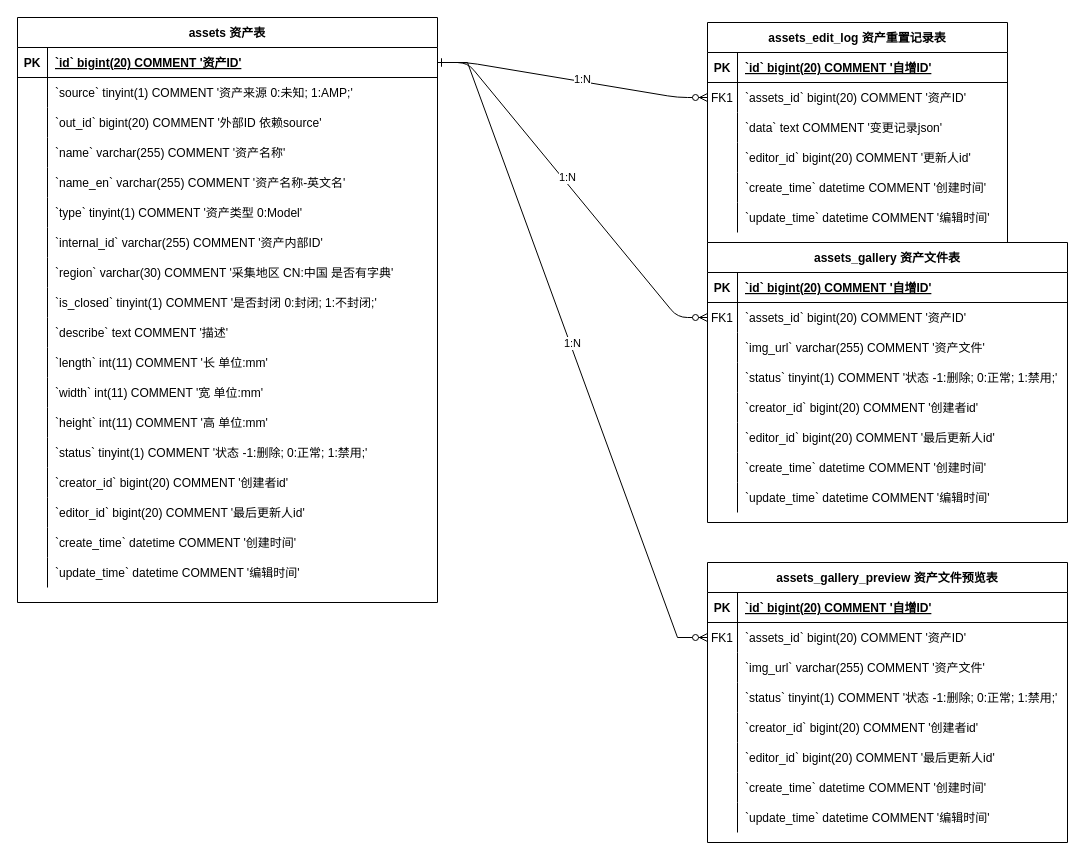
Earlier version of the draw.io diagram page "E-R图" (3 of 3) of 数字资产中心1.0.drawio (booldesign/draw). Source tidied: cells renumbered, new cells numbered last; positions are measured from the earlier drawing's top-left corner, leaving out a move shared by most shapes. Both pictures are drawn from the tidied source at 100%, with x=0, y=0 at pixel (17, 17).
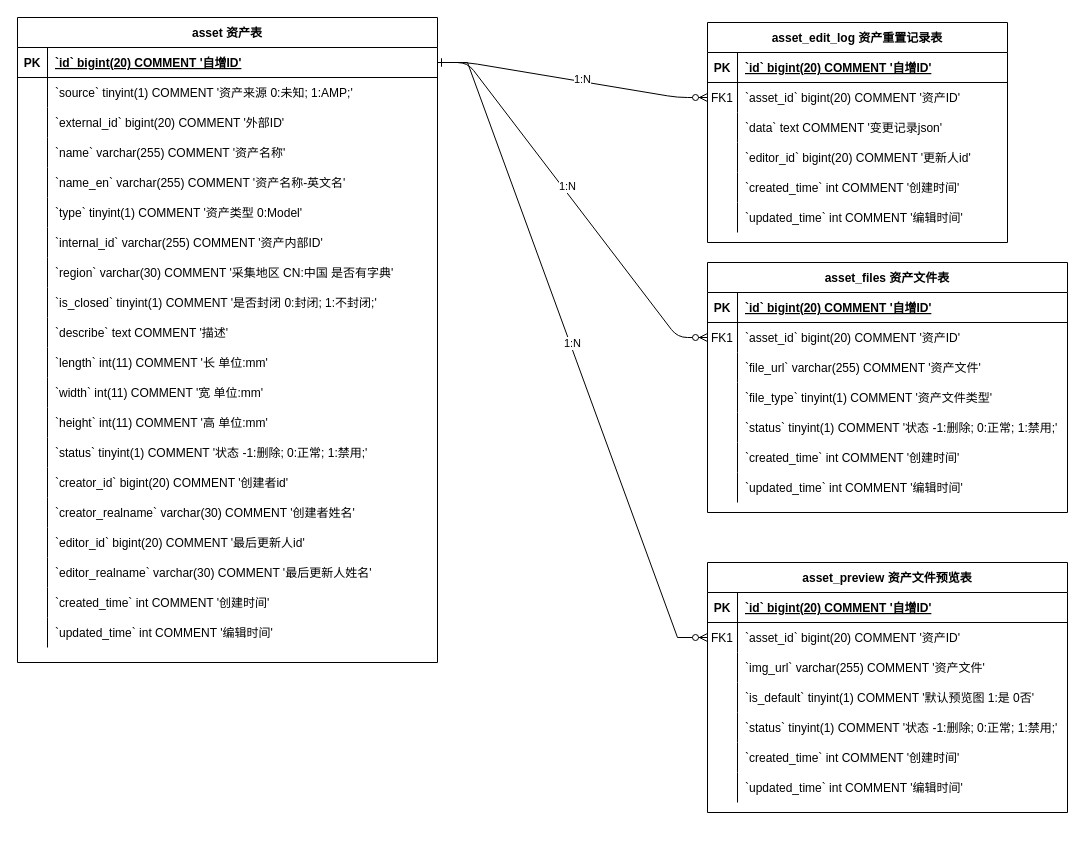
Above is the later version.

Commit message:
更新数字资产中心1.0.drawio

The change refers to these unchanged cells:
```xml
<mxCell id="8" style="shape=partialRectangle;fillColor=none;points=[[0,0.5],[1,0.5]];portConstraint=eastwest;top=0;left=0;right=0;bottom=0;" parent="4" vertex="1">
  <mxGeometry y="60" width="300" height="30" as="geometry" />
</mxCell>
<mxCell id="17" style="shape=partialRectangle;fillColor=none;top=0;left=0;right=0;bottom=0;" parent="4" vertex="1">
  <mxGeometry y="150" width="300" height="30" as="geometry" />
</mxCell>
<mxCell id="20" style="shape=partialRectangle;fillColor=none;top=0;left=0;right=0;bottom=0;" parent="4" vertex="1">
  <mxGeometry y="180" width="300" height="30" as="geometry" />
</mxCell>
<mxCell id="24" style="shape=partialRectangle;fillColor=none;points=[[0,0.5],[1,0.5]];portConstraint=eastwest;top=0;left=0;right=0;bottom=1;" parent="23" vertex="1">
  <mxGeometry y="30" width="420" height="30" as="geometry" />
</mxCell>
<mxCell id="30" style="shape=partialRectangle;fillColor=none;top=0;left=0;right=0;bottom=0;" parent="23" vertex="1">
  <mxGeometry y="90" width="420" height="30" as="geometry" />
</mxCell>
<mxCell id="84" style="shape=partialRectangle;fillColor=none;points=[[0,0.5],[1,0.5]];portConstraint=eastwest;top=0;left=0;right=0;bottom=0;" parent="80" vertex="1">
  <mxGeometry y="60" width="360" height="30" as="geometry" />
</mxCell>
<mxCell id="87" style="shape=partialRectangle;fillColor=none;top=0;left=0;right=0;bottom=0;" parent="80" vertex="1">
  <mxGeometry y="90" width="360" height="30" as="geometry" />
</mxCell>
<mxCell id="109" style="shape=partialRectangle;fillColor=none;points=[[0,0.5],[1,0.5]];portConstraint=eastwest;top=0;left=0;right=0;bottom=0;" parent="105" vertex="1">
  <mxGeometry y="60" width="360" height="30" as="geometry" />
</mxCell>
```

Diff of the diagram source:
```diff
@@
-    <mxCell id="4" value="assets_edit_log 资产重置记录表" style="shape=table;startSize=30;childLayout=tableLayout;rowLines=0;fontStyle=1;align=center;" parent="1" vertex="1">
+    <mxCell id="4" value="asset_edit_log 资产重置记录表" style="shape=table;startSize=30;childLayout=tableLayout;rowLines=0;fontStyle=1;align=center;" parent="1" vertex="1">
       <mxGeometry x="690" y="5" width="300" height="220" as="geometry" />
     </mxCell>
@@
-    <mxCell id="10" value="`assets_id` bigint(20) COMMENT '资产ID'" style="shape=partialRectangle;overflow=hidden;fillColor=none;top=0;left=0;bottom=0;right=0;align=left;spacingLeft=6;" parent="8" vertex="1">
+    <mxCell id="10" value="`asset_id` bigint(20) COMMENT '资产ID'" style="shape=partialRectangle;overflow=hidden;fillColor=none;top=0;left=0;bottom=0;right=0;align=left;spacingLeft=6;" parent="8" vertex="1">
       <mxGeometry x="30" width="270" height="30" as="geometry" />
     </mxCell>
@@
-    <mxCell id="19" value="`create_time` datetime COMMENT '创建时间'" style="shape=partialRectangle;overflow=hidden;fillColor=none;top=0;left=0;bottom=0;right=0;align=left;spacingLeft=6;" parent="17" vertex="1">
+    <mxCell id="19" value="`created_time` int COMMENT '创建时间'" style="shape=partialRectangle;overflow=hidden;fillColor=none;top=0;left=0;bottom=0;right=0;align=left;spacingLeft=6;" parent="17" vertex="1">
       <mxGeometry x="30" width="270" height="30" as="geometry" />
     </mxCell>
@@
-    <mxCell id="22" value="`update_time` datetime COMMENT '编辑时间'" style="shape=partialRectangle;overflow=hidden;fillColor=none;top=0;left=0;bottom=0;right=0;align=left;spacingLeft=6;" parent="20" vertex="1">
+    <mxCell id="22" value="`updated_time` int COMMENT '编辑时间'" style="shape=partialRectangle;overflow=hidden;fillColor=none;top=0;left=0;bottom=0;right=0;align=left;spacingLeft=6;" parent="20" vertex="1">
       <mxGeometry x="30" width="270" height="30" as="geometry" />
     </mxCell>
-    <mxCell id="23" value="assets 资产表" style="shape=table;startSize=30;childLayout=tableLayout;rowLines=0;fontStyle=1;align=center;" parent="1" vertex="1">
-      <mxGeometry width="420" height="585" as="geometry" />
+    <mxCell id="23" value="asset 资产表" style="shape=table;startSize=30;childLayout=tableLayout;rowLines=0;fontStyle=1;align=center;" parent="1" vertex="1">
+      <mxGeometry width="420" height="645" as="geometry" />
     </mxCell>
@@
-    <mxCell id="26" value="`id` bigint(20) COMMENT '资产ID' " style="shape=partialRectangle;overflow=hidden;fillColor=none;top=0;left=0;bottom=0;right=0;align=left;spacingLeft=6;fontStyle=5;" parent="24" vertex="1">
+    <mxCell id="26" value="`id` bigint(20) COMMENT '自增ID' " style="shape=partialRectangle;overflow=hidden;fillColor=none;top=0;left=0;bottom=0;right=0;align=left;spacingLeft=6;fontStyle=5;" parent="24" vertex="1">
       <mxGeometry x="30" width="390" height="30" as="geometry" />
     </mxCell>
@@
-    <mxCell id="32" value="`out_id` bigint(20) COMMENT '外部ID 依赖source'" style="shape=partialRectangle;overflow=hidden;fillColor=none;top=0;left=0;bottom=0;right=0;align=left;spacingLeft=6;" parent="30" vertex="1">
+    <mxCell id="32" value="`external_id` bigint(20) COMMENT '外部ID'" style="shape=partialRectangle;overflow=hidden;fillColor=none;top=0;left=0;bottom=0;right=0;align=left;spacingLeft=6;" parent="30" vertex="1">
       <mxGeometry x="30" width="390" height="30" as="geometry" />
     </mxCell>
@@
+    <mxCell id="132" style="shape=partialRectangle;fillColor=none;top=0;left=0;right=0;bottom=0;" parent="23" vertex="1">
+      <mxGeometry y="480" width="420" height="30" as="geometry" />
+    </mxCell>
+    <mxCell id="133" style="shape=partialRectangle;overflow=hidden;fillColor=none;top=0;left=0;bottom=0;right=0;" parent="132" vertex="1">
+      <mxGeometry width="30" height="30" as="geometry" />
+    </mxCell>
+    <mxCell id="134" value="`creator_realname` varchar(30) COMMENT '创建者姓名'" style="shape=partialRectangle;overflow=hidden;fillColor=none;top=0;left=0;bottom=0;right=0;align=left;spacingLeft=6;" parent="132" vertex="1">
+      <mxGeometry x="30" width="390" height="30" as="geometry" />
+    </mxCell>
     <mxCell id="69" style="shape=partialRectangle;fillColor=none;top=0;left=0;right=0;bottom=0;" parent="23" vertex="1">
-      <mxGeometry y="480" width="420" height="30" as="geometry" />
+      <mxGeometry y="510" width="420" height="30" as="geometry" />
     </mxCell>
@@
+    <mxCell id="135" style="shape=partialRectangle;fillColor=none;top=0;left=0;right=0;bottom=0;" parent="23" vertex="1">
+      <mxGeometry y="540" width="420" height="30" as="geometry" />
+    </mxCell>
+    <mxCell id="136" style="shape=partialRectangle;overflow=hidden;fillColor=none;top=0;left=0;bottom=0;right=0;" parent="135" vertex="1">
+      <mxGeometry width="30" height="30" as="geometry" />
+    </mxCell>
+    <mxCell id="137" value="`editor_realname` varchar(30) COMMENT '最后更新人姓名'" style="shape=partialRectangle;overflow=hidden;fillColor=none;top=0;left=0;bottom=0;right=0;align=left;spacingLeft=6;" parent="135" vertex="1">
+      <mxGeometry x="30" width="390" height="30" as="geometry" />
+    </mxCell>
     <mxCell id="72" style="shape=partialRectangle;fillColor=none;top=0;left=0;right=0;bottom=0;" parent="23" vertex="1">
-      <mxGeometry y="510" width="420" height="30" as="geometry" />
+      <mxGeometry y="570" width="420" height="30" as="geometry" />
     </mxCell>
@@
-    <mxCell id="74" value="`create_time` datetime COMMENT '创建时间'" style="shape=partialRectangle;overflow=hidden;fillColor=none;top=0;left=0;bottom=0;right=0;align=left;spacingLeft=6;" parent="72" vertex="1">
+    <mxCell id="74" value="`created_time` int COMMENT '创建时间'" style="shape=partialRectangle;overflow=hidden;fillColor=none;top=0;left=0;bottom=0;right=0;align=left;spacingLeft=6;" parent="72" vertex="1">
       <mxGeometry x="30" width="390" height="30" as="geometry" />
     </mxCell>
     <mxCell id="75" style="shape=partialRectangle;fillColor=none;top=0;left=0;right=0;bottom=0;" parent="23" vertex="1">
-      <mxGeometry y="540" width="420" height="30" as="geometry" />
+      <mxGeometry y="600" width="420" height="30" as="geometry" />
     </mxCell>
@@
-    <mxCell id="77" value="`update_time` datetime COMMENT '编辑时间'" style="shape=partialRectangle;overflow=hidden;fillColor=none;top=0;left=0;bottom=0;right=0;align=left;spacingLeft=6;" parent="75" vertex="1">
+    <mxCell id="77" value="`updated_time` int COMMENT '编辑时间'" style="shape=partialRectangle;overflow=hidden;fillColor=none;top=0;left=0;bottom=0;right=0;align=left;spacingLeft=6;" parent="75" vertex="1">
       <mxGeometry x="30" width="390" height="30" as="geometry" />
     </mxCell>
@@
-    <mxCell id="80" value="assets_gallery 资产文件表" style="shape=table;startSize=30;childLayout=tableLayout;rowLines=0;fontStyle=1;align=center;" parent="1" vertex="1">
-      <mxGeometry x="690" y="225" width="360" height="280" as="geometry" />
+    <mxCell id="80" value="asset_files 资产文件表" style="shape=table;startSize=30;childLayout=tableLayout;rowLines=0;fontStyle=1;align=center;" parent="1" vertex="1">
+      <mxGeometry x="690" y="245" width="360" height="250" as="geometry" />
     </mxCell>
@@
-    <mxCell id="86" value="`assets_id` bigint(20) COMMENT '资产ID'" style="shape=partialRectangle;overflow=hidden;fillColor=none;top=0;left=0;bottom=0;right=0;align=left;spacingLeft=6;" parent="84" vertex="1">
+    <mxCell id="86" value="`asset_id` bigint(20) COMMENT '资产ID'" style="shape=partialRectangle;overflow=hidden;fillColor=none;top=0;left=0;bottom=0;right=0;align=left;spacingLeft=6;" parent="84" vertex="1">
       <mxGeometry x="30" width="330" height="30" as="geometry" />
     </mxCell>
@@
-    <mxCell id="89" value="`img_url` varchar(255) COMMENT '资产文件'" style="shape=partialRectangle;overflow=hidden;fillColor=none;top=0;left=0;bottom=0;right=0;align=left;spacingLeft=6;" parent="87" vertex="1">
+    <mxCell id="89" value="`file_url` varchar(255) COMMENT '资产文件'" style="shape=partialRectangle;overflow=hidden;fillColor=none;top=0;left=0;bottom=0;right=0;align=left;spacingLeft=6;" parent="87" vertex="1">
       <mxGeometry x="30" width="330" height="30" as="geometry" />
     </mxCell>
+    <mxCell id="138" style="shape=partialRectangle;fillColor=none;top=0;left=0;right=0;bottom=0;" parent="80" vertex="1">
+      <mxGeometry y="120" width="360" height="30" as="geometry" />
+    </mxCell>
+    <mxCell id="139" style="shape=partialRectangle;overflow=hidden;fillColor=none;top=0;left=0;bottom=0;right=0;" parent="138" vertex="1">
+      <mxGeometry width="30" height="30" as="geometry" />
+    </mxCell>
+    <mxCell id="140" value="`file_type` tinyint(1) COMMENT '资产文件类型'" style="shape=partialRectangle;overflow=hidden;fillColor=none;top=0;left=0;bottom=0;right=0;align=left;spacingLeft=6;" parent="138" vertex="1">
+      <mxGeometry x="30" width="330" height="30" as="geometry" />
+    </mxCell>
     <mxCell id="90" style="shape=partialRectangle;fillColor=none;top=0;left=0;right=0;bottom=0;" parent="80" vertex="1">
-      <mxGeometry y="120" width="360" height="30" as="geometry" />
+      <mxGeometry y="150" width="360" height="30" as="geometry" />
     </mxCell>
@@
-    <mxCell id="93" style="shape=partialRectangle;fillColor=none;top=0;left=0;right=0;bottom=0;" parent="80" vertex="1">
-      <mxGeometry y="150" width="360" height="30" as="geometry" />
-    </mxCell>
-    <mxCell id="94" style="shape=partialRectangle;overflow=hidden;fillColor=none;top=0;left=0;bottom=0;right=0;" parent="93" vertex="1">
-      <mxGeometry width="30" height="30" as="geometry" />
-    </mxCell>
-    <mxCell id="95" value="`creator_id` bigint(20) COMMENT '创建者id'" style="shape=partialRectangle;overflow=hidden;fillColor=none;top=0;left=0;bottom=0;right=0;align=left;spacingLeft=6;" parent="93" vertex="1">
-      <mxGeometry x="30" width="330" height="30" as="geometry" />
-    </mxCell>
-    <mxCell id="96" style="shape=partialRectangle;fillColor=none;top=0;left=0;right=0;bottom=0;" parent="80" vertex="1">
-      <mxGeometry y="180" width="360" height="30" as="geometry" />
-    </mxCell>
-    <mxCell id="97" style="shape=partialRectangle;overflow=hidden;fillColor=none;top=0;left=0;bottom=0;right=0;" parent="96" vertex="1">
-      <mxGeometry width="30" height="30" as="geometry" />
-    </mxCell>
-    <mxCell id="98" value="`editor_id` bigint(20) COMMENT '最后更新人id'" style="shape=partialRectangle;overflow=hidden;fillColor=none;top=0;left=0;bottom=0;right=0;align=left;spacingLeft=6;" parent="96" vertex="1">
-      <mxGeometry x="30" width="330" height="30" as="geometry" />
-    </mxCell>
     <mxCell id="99" style="shape=partialRectangle;fillColor=none;top=0;left=0;right=0;bottom=0;" parent="80" vertex="1">
-      <mxGeometry y="210" width="360" height="30" as="geometry" />
+      <mxGeometry y="180" width="360" height="30" as="geometry" />
     </mxCell>
@@
-    <mxCell id="101" value="`create_time` datetime COMMENT '创建时间'" style="shape=partialRectangle;overflow=hidden;fillColor=none;top=0;left=0;bottom=0;right=0;align=left;spacingLeft=6;" parent="99" vertex="1">
+    <mxCell id="101" value="`created_time` int COMMENT '创建时间'" style="shape=partialRectangle;overflow=hidden;fillColor=none;top=0;left=0;bottom=0;right=0;align=left;spacingLeft=6;" parent="99" vertex="1">
       <mxGeometry x="30" width="330" height="30" as="geometry" />
     </mxCell>
     <mxCell id="102" style="shape=partialRectangle;fillColor=none;top=0;left=0;right=0;bottom=0;" parent="80" vertex="1">
-      <mxGeometry y="240" width="360" height="30" as="geometry" />
+      <mxGeometry y="210" width="360" height="30" as="geometry" />
     </mxCell>
@@
-    <mxCell id="104" value="`update_time` datetime COMMENT '编辑时间'" style="shape=partialRectangle;overflow=hidden;fillColor=none;top=0;left=0;bottom=0;right=0;align=left;spacingLeft=6;" parent="102" vertex="1">
+    <mxCell id="104" value="`updated_time` int COMMENT '编辑时间'" style="shape=partialRectangle;overflow=hidden;fillColor=none;top=0;left=0;bottom=0;right=0;align=left;spacingLeft=6;" parent="102" vertex="1">
       <mxGeometry x="30" width="330" height="30" as="geometry" />
     </mxCell>
-    <mxCell id="105" value="assets_gallery_preview 资产文件预览表" style="shape=table;startSize=30;childLayout=tableLayout;rowLines=0;fontStyle=1;align=center;" parent="1" vertex="1">
-      <mxGeometry x="690" y="545" width="360" height="280" as="geometry" />
+    <mxCell id="105" value="asset_preview 资产文件预览表" style="shape=table;startSize=30;childLayout=tableLayout;rowLines=0;fontStyle=1;align=center;" parent="1" vertex="1">
+      <mxGeometry x="690" y="545" width="360" height="250" as="geometry" />
     </mxCell>
@@
-    <mxCell id="111" value="`assets_id` bigint(20) COMMENT '资产ID'" style="shape=partialRectangle;overflow=hidden;fillColor=none;top=0;left=0;bottom=0;right=0;align=left;spacingLeft=6;" parent="109" vertex="1">
+    <mxCell id="111" value="`asset_id` bigint(20) COMMENT '资产ID'" style="shape=partialRectangle;overflow=hidden;fillColor=none;top=0;left=0;bottom=0;right=0;align=left;spacingLeft=6;" parent="109" vertex="1">
       <mxGeometry x="30" width="330" height="30" as="geometry" />
     </mxCell>
@@
+    <mxCell id="141" style="shape=partialRectangle;fillColor=none;top=0;left=0;right=0;bottom=0;" parent="105" vertex="1">
+      <mxGeometry y="120" width="360" height="30" as="geometry" />
+    </mxCell>
+    <mxCell id="142" style="shape=partialRectangle;overflow=hidden;fillColor=none;top=0;left=0;bottom=0;right=0;" parent="141" vertex="1">
+      <mxGeometry width="30" height="30" as="geometry" />
+    </mxCell>
+    <mxCell id="143" value="`is_default` tinyint(1) COMMENT '默认预览图 1:是 0否'" style="shape=partialRectangle;overflow=hidden;fillColor=none;top=0;left=0;bottom=0;right=0;align=left;spacingLeft=6;" parent="141" vertex="1">
+      <mxGeometry x="30" width="330" height="30" as="geometry" />
+    </mxCell>
     <mxCell id="115" style="shape=partialRectangle;fillColor=none;top=0;left=0;right=0;bottom=0;" parent="105" vertex="1">
-      <mxGeometry y="120" width="360" height="30" as="geometry" />
+      <mxGeometry y="150" width="360" height="30" as="geometry" />
     </mxCell>
@@
-    <mxCell id="118" style="shape=partialRectangle;fillColor=none;top=0;left=0;right=0;bottom=0;" parent="105" vertex="1">
-      <mxGeometry y="150" width="360" height="30" as="geometry" />
-    </mxCell>
-    <mxCell id="119" style="shape=partialRectangle;overflow=hidden;fillColor=none;top=0;left=0;bottom=0;right=0;" parent="118" vertex="1">
-      <mxGeometry width="30" height="30" as="geometry" />
-    </mxCell>
-    <mxCell id="120" value="`creator_id` bigint(20) COMMENT '创建者id'" style="shape=partialRectangle;overflow=hidden;fillColor=none;top=0;left=0;bottom=0;right=0;align=left;spacingLeft=6;" parent="118" vertex="1">
-      <mxGeometry x="30" width="330" height="30" as="geometry" />
-    </mxCell>
-    <mxCell id="121" style="shape=partialRectangle;fillColor=none;top=0;left=0;right=0;bottom=0;" parent="105" vertex="1">
-      <mxGeometry y="180" width="360" height="30" as="geometry" />
-    </mxCell>
-    <mxCell id="122" style="shape=partialRectangle;overflow=hidden;fillColor=none;top=0;left=0;bottom=0;right=0;" parent="121" vertex="1">
-      <mxGeometry width="30" height="30" as="geometry" />
-    </mxCell>
-    <mxCell id="123" value="`editor_id` bigint(20) COMMENT '最后更新人id'" style="shape=partialRectangle;overflow=hidden;fillColor=none;top=0;left=0;bottom=0;right=0;align=left;spacingLeft=6;" parent="121" vertex="1">
-      <mxGeometry x="30" width="330" height="30" as="geometry" />
-    </mxCell>
     <mxCell id="124" style="shape=partialRectangle;fillColor=none;top=0;left=0;right=0;bottom=0;" parent="105" vertex="1">
-      <mxGeometry y="210" width="360" height="30" as="geometry" />
+      <mxGeometry y="180" width="360" height="30" as="geometry" />
     </mxCell>
@@
-    <mxCell id="126" value="`create_time` datetime COMMENT '创建时间'" style="shape=partialRectangle;overflow=hidden;fillColor=none;top=0;left=0;bottom=0;right=0;align=left;spacingLeft=6;" parent="124" vertex="1">
+    <mxCell id="126" value="`created_time` int COMMENT '创建时间'" style="shape=partialRectangle;overflow=hidden;fillColor=none;top=0;left=0;bottom=0;right=0;align=left;spacingLeft=6;" parent="124" vertex="1">
       <mxGeometry x="30" width="330" height="30" as="geometry" />
     </mxCell>
     <mxCell id="127" style="shape=partialRectangle;fillColor=none;top=0;left=0;right=0;bottom=0;" parent="105" vertex="1">
-      <mxGeometry y="240" width="360" height="30" as="geometry" />
+      <mxGeometry y="210" width="360" height="30" as="geometry" />
     </mxCell>
@@
-    <mxCell id="129" value="`update_time` datetime COMMENT '编辑时间'" style="shape=partialRectangle;overflow=hidden;fillColor=none;top=0;left=0;bottom=0;right=0;align=left;spacingLeft=6;" parent="127" vertex="1">
+    <mxCell id="129" value="`updated_time` int COMMENT '编辑时间'" style="shape=partialRectangle;overflow=hidden;fillColor=none;top=0;left=0;bottom=0;right=0;align=left;spacingLeft=6;" parent="127" vertex="1">
       <mxGeometry x="30" width="330" height="30" as="geometry" />
     </mxCell>
```
